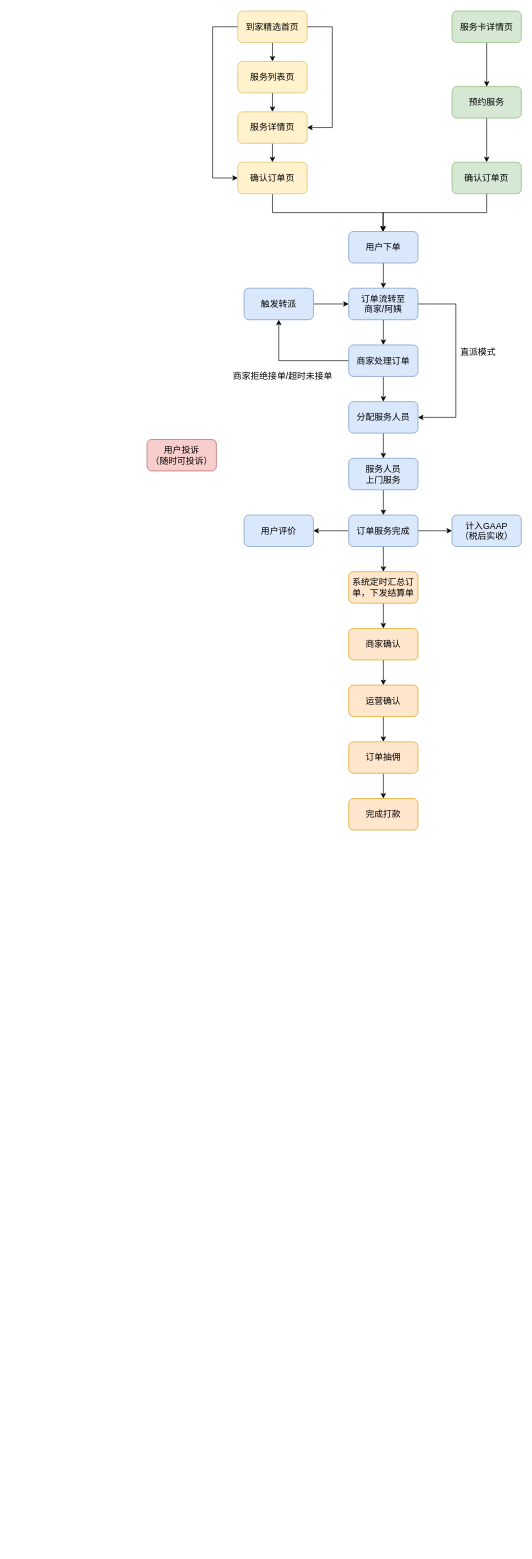
Before: page "家政交易侧业务流程" (3 of 3) of Untitled Diagram.drawio in chihiro-qx/hello-world, a draw.io diagram. Source tidied: cells renumbered, new cells numbered last; positions are measured from the earlier drawing's top-left corner, leaving out a move shared by most shapes. Both pictures are drawn from the tidied source at 63%, with x=0, y=0 at pixel (147, 11).
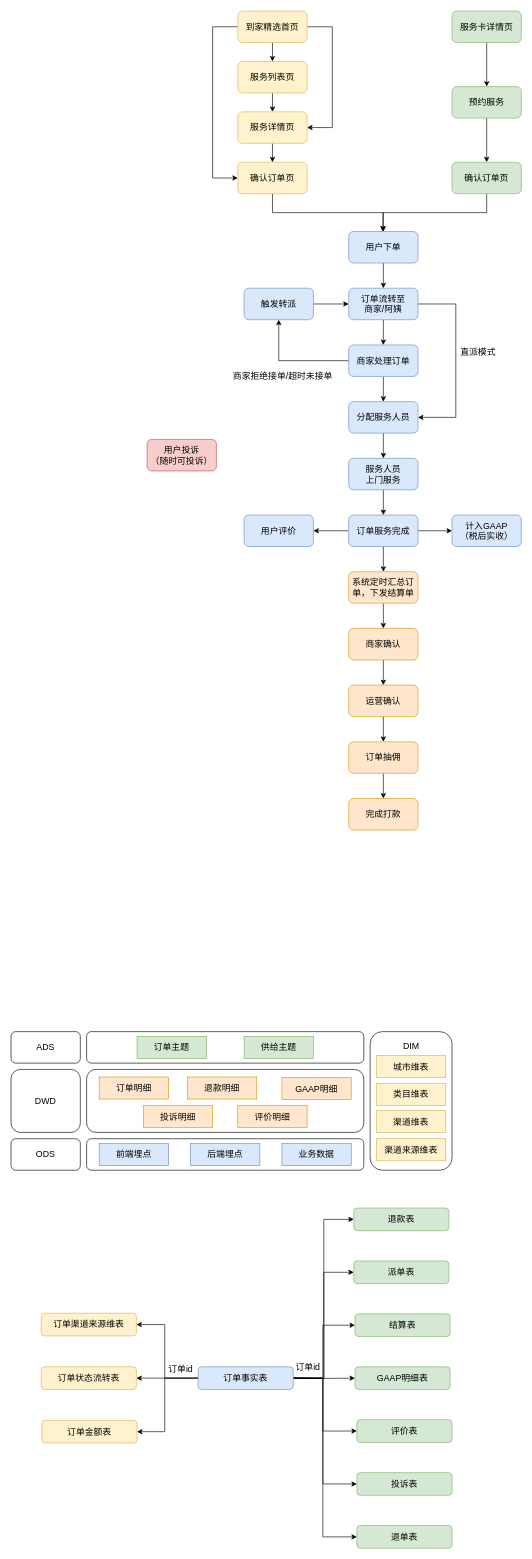
The same page after the edit.

The edit, as a diff of the source:
```diff
@@
+    <mxCell id="50" style="rounded=1;fontSize=14;shadow=0;html=1;whiteSpace=wrap;" parent="1" vertex="1">
+      <mxGeometry x="-96" y="1620" width="440" height="50" as="geometry" />
+    </mxCell>
+    <mxCell id="51" style="rounded=1;fontSize=14;shadow=0;html=1;whiteSpace=wrap;" parent="1" vertex="1">
+      <mxGeometry x="-96" y="1680" width="440" height="100" as="geometry" />
+    </mxCell>
@@
-    <mxCell id="33" value="完成打款" style="rounded=1;whiteSpace=wrap;html=1;fontSize=14;fillColor=#ffe6cc;strokeColor=#d79b00;" parent="1" vertex="1">
+    <mxCell id="33" value="完成打款" style="rounded=1;fontSize=14;fillColor=#ffe6cc;strokeColor=#d79b00;shadow=0;html=1;whiteSpace=wrap;fontColor=default;" parent="1" vertex="1">
       <mxGeometry x="320" y="1250" width="110" height="50" as="geometry" />
     </mxCell>
@@
+    <mxCell id="52" value="ODS" style="rounded=1;fontSize=14;shadow=0;html=1;whiteSpace=wrap;" parent="1" vertex="1">
+      <mxGeometry x="-216" y="1790" width="110" height="50" as="geometry" />
+    </mxCell>
+    <mxCell id="53" style="rounded=1;fontSize=14;shadow=0;html=1;whiteSpace=wrap;" parent="1" vertex="1">
+      <mxGeometry x="-96" y="1790" width="440" height="50" as="geometry" />
+    </mxCell>
+    <mxCell id="54" value="&lt;font style=&quot;font-size: 14px;&quot;&gt;前端埋点&lt;/font&gt;" style="rounded=0;whiteSpace=wrap;html=1;shadow=0;fillColor=#dae8fc;strokeColor=#6c8ebf;" parent="1" vertex="1">
+      <mxGeometry x="-76" y="1797.5" width="110" height="35" as="geometry" />
+    </mxCell>
+    <mxCell id="55" value="&lt;font style=&quot;font-size: 14px;&quot;&gt;后端埋点&lt;/font&gt;" style="rounded=0;whiteSpace=wrap;html=1;shadow=0;fillColor=#dae8fc;strokeColor=#6c8ebf;" parent="1" vertex="1">
+      <mxGeometry x="69" y="1797.5" width="110" height="35" as="geometry" />
+    </mxCell>
+    <mxCell id="56" value="&lt;font style=&quot;font-size: 14px;&quot;&gt;业务数据&lt;/font&gt;" style="rounded=0;whiteSpace=wrap;html=1;shadow=0;fillColor=#dae8fc;strokeColor=#6c8ebf;" parent="1" vertex="1">
+      <mxGeometry x="214" y="1797.5" width="110" height="35" as="geometry" />
+    </mxCell>
+    <mxCell id="57" value="&lt;font style=&quot;font-size: 14px;&quot;&gt;订单明细&lt;/font&gt;" style="rounded=0;whiteSpace=wrap;html=1;shadow=0;fillColor=#ffe6cc;strokeColor=#d79b00;" parent="1" vertex="1">
+      <mxGeometry x="-76" y="1692" width="110" height="35" as="geometry" />
+    </mxCell>
+    <mxCell id="58" value="&lt;font style=&quot;font-size: 14px;&quot;&gt;退款明细&lt;/font&gt;" style="rounded=0;whiteSpace=wrap;html=1;shadow=0;fillColor=#ffe6cc;strokeColor=#d79b00;" parent="1" vertex="1">
+      <mxGeometry x="64" y="1692" width="110" height="35" as="geometry" />
+    </mxCell>
+    <mxCell id="59" value="&lt;font style=&quot;font-size: 14px;&quot;&gt;GAAP明细&lt;/font&gt;" style="rounded=0;whiteSpace=wrap;html=1;shadow=0;fillColor=#ffe6cc;strokeColor=#d79b00;" parent="1" vertex="1">
+      <mxGeometry x="214" y="1693" width="110" height="35" as="geometry" />
+    </mxCell>
+    <mxCell id="60" value="&lt;font style=&quot;font-size: 14px;&quot;&gt;投诉明细&lt;/font&gt;" style="rounded=0;whiteSpace=wrap;html=1;shadow=0;fillColor=#ffe6cc;strokeColor=#d79b00;" parent="1" vertex="1">
+      <mxGeometry x="-6" y="1737" width="110" height="35" as="geometry" />
+    </mxCell>
+    <mxCell id="61" value="&lt;font style=&quot;font-size: 14px;&quot;&gt;评价明细&lt;/font&gt;" style="rounded=0;whiteSpace=wrap;html=1;shadow=0;fillColor=#ffe6cc;strokeColor=#d79b00;" parent="1" vertex="1">
+      <mxGeometry x="144" y="1737" width="110" height="35" as="geometry" />
+    </mxCell>
+    <mxCell id="62" value="&lt;font style=&quot;font-size: 14px;&quot;&gt;订单主题&lt;/font&gt;" style="rounded=0;whiteSpace=wrap;html=1;shadow=0;fillColor=#d5e8d4;strokeColor=#82b366;" parent="1" vertex="1">
+      <mxGeometry x="-16" y="1627.5" width="110" height="35" as="geometry" />
+    </mxCell>
+    <mxCell id="63" value="&lt;font style=&quot;font-size: 14px;&quot;&gt;供给主题&lt;/font&gt;" style="rounded=0;whiteSpace=wrap;html=1;shadow=0;fillColor=#d5e8d4;strokeColor=#82b366;" parent="1" vertex="1">
+      <mxGeometry x="154" y="1627.5" width="110" height="35" as="geometry" />
+    </mxCell>
+    <mxCell id="64" value="DWD" style="rounded=1;fontSize=14;shadow=0;html=1;whiteSpace=wrap;" parent="1" vertex="1">
+      <mxGeometry x="-216" y="1680" width="110" height="100" as="geometry" />
+    </mxCell>
+    <mxCell id="65" value="ADS" style="rounded=1;fontSize=14;shadow=0;html=1;whiteSpace=wrap;" parent="1" vertex="1">
+      <mxGeometry x="-216" y="1620" width="110" height="50" as="geometry" />
+    </mxCell>
+    <mxCell id="66" style="rounded=1;fontSize=14;shadow=0;html=1;whiteSpace=wrap;" parent="1" vertex="1">
+      <mxGeometry x="354" y="1620" width="130" height="220" as="geometry" />
+    </mxCell>
+    <mxCell id="67" value="DIM" style="text;html=1;align=center;verticalAlign=middle;strokeColor=none;fillColor=none;fontSize=14;fontColor=default;" parent="1" vertex="1">
+      <mxGeometry x="399" y="1633" width="40" height="20" as="geometry" />
+    </mxCell>
+    <mxCell id="68" value="&lt;font style=&quot;font-size: 14px;&quot;&gt;城市维表&lt;/font&gt;" style="rounded=0;whiteSpace=wrap;html=1;shadow=0;fillColor=#fff2cc;strokeColor=#d6b656;" parent="1" vertex="1">
+      <mxGeometry x="364" y="1658" width="110" height="35" as="geometry" />
+    </mxCell>
+    <mxCell id="69" value="&lt;font style=&quot;font-size: 14px;&quot;&gt;类目维表&lt;/font&gt;" style="rounded=0;whiteSpace=wrap;html=1;shadow=0;fillColor=#fff2cc;strokeColor=#d6b656;" parent="1" vertex="1">
+      <mxGeometry x="364" y="1702" width="110" height="35" as="geometry" />
+    </mxCell>
+    <mxCell id="70" value="&lt;font style=&quot;font-size: 14px;&quot;&gt;渠道维表&lt;/font&gt;" style="rounded=0;whiteSpace=wrap;html=1;shadow=0;fillColor=#fff2cc;strokeColor=#d6b656;" parent="1" vertex="1">
+      <mxGeometry x="364" y="1745" width="110" height="35" as="geometry" />
+    </mxCell>
+    <mxCell id="71" value="&lt;font style=&quot;font-size: 14px;&quot;&gt;渠道来源维表&lt;/font&gt;" style="rounded=0;whiteSpace=wrap;html=1;shadow=0;fillColor=#fff2cc;strokeColor=#d6b656;" parent="1" vertex="1">
+      <mxGeometry x="364" y="1790" width="110" height="35" as="geometry" />
+    </mxCell>
+    <mxCell id="72" value="订单渠道来源维表" style="rounded=1;whiteSpace=wrap;html=1;fontSize=14;fillColor=#fff2cc;strokeColor=#d6b656;" parent="1" vertex="1">
+      <mxGeometry x="-168" y="2067" width="151" height="36" as="geometry" />
+    </mxCell>
+    <mxCell id="73" value="订单状态流转表" style="rounded=1;whiteSpace=wrap;html=1;fontSize=14;fillColor=#fff2cc;strokeColor=#d6b656;" parent="1" vertex="1">
+      <mxGeometry x="-168" y="2152" width="151" height="36" as="geometry" />
+    </mxCell>
+    <mxCell id="74" value="订单金额表" style="rounded=1;whiteSpace=wrap;html=1;fontSize=14;fillColor=#fff2cc;strokeColor=#d6b656;" parent="1" vertex="1">
+      <mxGeometry x="-167" y="2237" width="151" height="36" as="geometry" />
+    </mxCell>
+    <mxCell id="75" style="edgeStyle=orthogonalEdgeStyle;rounded=0;jettySize=auto;html=1;exitX=0;exitY=0.5;exitDx=0;exitDy=0;entryX=1;entryY=0.5;entryDx=0;entryDy=0;fontSize=14;fontColor=default;" parent="1" edge="1" source="85" target="72">
+      <mxGeometry relative="1" as="geometry">
+        <Array as="points">
+          <mxPoint x="28" y="2170" />
+          <mxPoint x="28" y="2085" />
+        </Array>
+      </mxGeometry>
+    </mxCell>
+    <mxCell id="76" style="edgeStyle=orthogonalEdgeStyle;rounded=0;jettySize=auto;html=1;exitX=0;exitY=0.5;exitDx=0;exitDy=0;entryX=1;entryY=0.5;entryDx=0;entryDy=0;fontSize=14;fontColor=default;" parent="1" edge="1" source="85" target="73">
+      <mxGeometry relative="1" as="geometry" />
+    </mxCell>
+    <mxCell id="77" style="edgeStyle=orthogonalEdgeStyle;rounded=0;jettySize=auto;html=1;exitX=0;exitY=0.5;exitDx=0;exitDy=0;entryX=1;entryY=0.5;entryDx=0;entryDy=0;fontSize=14;fontColor=default;" parent="1" edge="1" source="85" target="74">
+      <mxGeometry relative="1" as="geometry">
+        <Array as="points">
+          <mxPoint x="28" y="2170" />
+          <mxPoint x="28" y="2255" />
+        </Array>
+      </mxGeometry>
+    </mxCell>
+    <mxCell id="78" style="edgeStyle=orthogonalEdgeStyle;rounded=0;jettySize=auto;html=1;exitX=1;exitY=0.5;exitDx=0;exitDy=0;entryX=0;entryY=0.5;entryDx=0;entryDy=0;fontSize=14;fontColor=default;" parent="1" edge="1" target="86">
+      <mxGeometry relative="1" as="geometry">
+        <mxPoint x="232" y="2170" as="sourcePoint" />
+      </mxGeometry>
+    </mxCell>
+    <mxCell id="79" style="edgeStyle=orthogonalEdgeStyle;rounded=0;jettySize=auto;html=1;exitX=1;exitY=0.5;exitDx=0;exitDy=0;entryX=0;entryY=0.5;entryDx=0;entryDy=0;fontSize=14;fontColor=default;" parent="1" edge="1" target="87">
+      <mxGeometry relative="1" as="geometry">
+        <mxPoint x="232" y="2170" as="sourcePoint" />
+      </mxGeometry>
+    </mxCell>
+    <mxCell id="80" style="edgeStyle=orthogonalEdgeStyle;rounded=0;jettySize=auto;html=1;exitX=1;exitY=0.5;exitDx=0;exitDy=0;entryX=0;entryY=0.5;entryDx=0;entryDy=0;fontSize=14;fontColor=default;" parent="1" edge="1" target="88">
+      <mxGeometry relative="1" as="geometry">
+        <mxPoint x="232" y="2170" as="sourcePoint" />
+        <Array as="points">
+          <mxPoint x="279" y="2170" />
+          <mxPoint x="279" y="2086" />
+        </Array>
+      </mxGeometry>
+    </mxCell>
+    <mxCell id="81" style="edgeStyle=orthogonalEdgeStyle;rounded=0;jettySize=auto;html=1;exitX=1;exitY=0.5;exitDx=0;exitDy=0;entryX=0;entryY=0.5;entryDx=0;entryDy=0;fontSize=14;fontColor=default;" parent="1" edge="1" target="89">
+      <mxGeometry relative="1" as="geometry">
+        <mxPoint x="232" y="2170" as="sourcePoint" />
+      </mxGeometry>
+    </mxCell>
+    <mxCell id="82" style="edgeStyle=orthogonalEdgeStyle;rounded=0;jettySize=auto;html=1;exitX=1;exitY=0.5;exitDx=0;exitDy=0;entryX=0;entryY=0.5;entryDx=0;entryDy=0;fontSize=14;fontColor=default;" parent="1" edge="1" target="90">
+      <mxGeometry relative="1" as="geometry">
+        <mxPoint x="232" y="2170" as="sourcePoint" />
+        <Array as="points">
+          <mxPoint x="279" y="2170" />
+          <mxPoint x="279" y="2254" />
+        </Array>
+      </mxGeometry>
+    </mxCell>
+    <mxCell id="83" style="edgeStyle=orthogonalEdgeStyle;rounded=0;jettySize=auto;html=1;exitX=1;exitY=0.5;exitDx=0;exitDy=0;entryX=0;entryY=0.5;entryDx=0;entryDy=0;fontSize=14;fontColor=default;" parent="1" edge="1" target="91">
+      <mxGeometry relative="1" as="geometry">
+        <mxPoint x="232" y="2170" as="sourcePoint" />
+        <Array as="points">
+          <mxPoint x="279" y="2170" />
+          <mxPoint x="279" y="2338" />
+        </Array>
+      </mxGeometry>
+    </mxCell>
+    <mxCell id="84" style="edgeStyle=orthogonalEdgeStyle;rounded=0;jettySize=auto;html=1;exitX=1;exitY=0.5;exitDx=0;exitDy=0;entryX=0;entryY=0.5;entryDx=0;entryDy=0;fontSize=14;fontColor=default;" parent="1" edge="1" target="92">
+      <mxGeometry relative="1" as="geometry">
+        <mxPoint x="232" y="2170" as="sourcePoint" />
+        <Array as="points">
+          <mxPoint x="279" y="2170" />
+          <mxPoint x="279" y="2422" />
+        </Array>
+      </mxGeometry>
+    </mxCell>
+    <mxCell id="85" value="订单事实表" style="rounded=1;whiteSpace=wrap;html=1;fontSize=14;fillColor=#dae8fc;strokeColor=#6c8ebf;" parent="1" vertex="1">
+      <mxGeometry x="81" y="2152" width="151" height="36" as="geometry" />
+    </mxCell>
+    <mxCell id="86" value="退款表" style="rounded=1;whiteSpace=wrap;html=1;fontSize=14;fillColor=#d5e8d4;strokeColor=#82b366;" parent="1" vertex="1">
+      <mxGeometry x="328" y="1900" width="151" height="36" as="geometry" />
+    </mxCell>
+    <mxCell id="87" value="派单表" style="rounded=1;whiteSpace=wrap;html=1;fontSize=14;fillColor=#d5e8d4;strokeColor=#82b366;" parent="1" vertex="1">
+      <mxGeometry x="328" y="1984" width="151" height="36" as="geometry" />
+    </mxCell>
+    <mxCell id="88" value="结算表" style="rounded=1;whiteSpace=wrap;html=1;fontSize=14;fillColor=#d5e8d4;strokeColor=#82b366;" parent="1" vertex="1">
+      <mxGeometry x="330" y="2068" width="151" height="36" as="geometry" />
+    </mxCell>
+    <mxCell id="89" value="GAAP明细表" style="rounded=1;whiteSpace=wrap;html=1;fontSize=14;fillColor=#d5e8d4;strokeColor=#82b366;" parent="1" vertex="1">
+      <mxGeometry x="330" y="2152" width="151" height="36" as="geometry" />
+    </mxCell>
+    <mxCell id="90" value="评价表" style="rounded=1;whiteSpace=wrap;html=1;fontSize=14;fillColor=#d5e8d4;strokeColor=#82b366;" parent="1" vertex="1">
+      <mxGeometry x="333" y="2236" width="151" height="36" as="geometry" />
+    </mxCell>
+    <mxCell id="91" value="投诉表" style="rounded=1;whiteSpace=wrap;html=1;fontSize=14;fillColor=#d5e8d4;strokeColor=#82b366;" parent="1" vertex="1">
+      <mxGeometry x="333" y="2320" width="151" height="36" as="geometry" />
+    </mxCell>
+    <mxCell id="92" value="退单表" style="rounded=1;whiteSpace=wrap;html=1;fontSize=14;fillColor=#d5e8d4;strokeColor=#82b366;" parent="1" vertex="1">
+      <mxGeometry x="333" y="2404" width="151" height="36" as="geometry" />
+    </mxCell>
+    <mxCell id="93" value="订单id" style="text;html=1;align=center;verticalAlign=middle;strokeColor=none;fillColor=none;fontSize=14;fontColor=default;" parent="1" vertex="1">
+      <mxGeometry x="28" y="2144" width="49" height="21" as="geometry" />
+    </mxCell>
+    <mxCell id="94" value="订单id" style="text;html=1;align=center;verticalAlign=middle;strokeColor=none;fillColor=none;fontSize=14;fontColor=default;" parent="1" vertex="1">
+      <mxGeometry x="230" y="2141" width="49" height="21" as="geometry" />
+    </mxCell>
```
